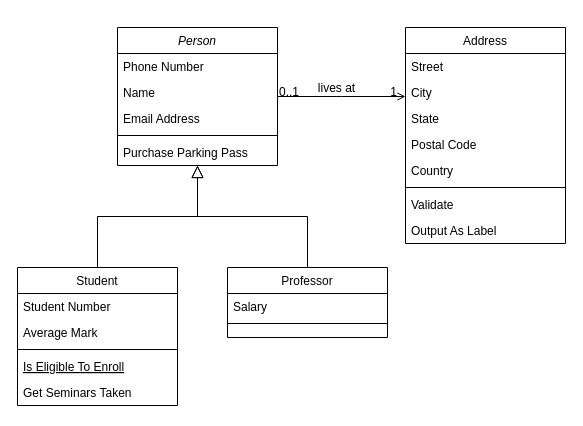
Above: drawio_files/Untitled Diagram24.drawio in lucasdreger/diagrams (draw.io), before the change. Source tidied: cells renumbered, new cells numbered last; positions are measured from the earlier drawing's top-left corner, leaving out a move shared by most shapes. Both pictures are drawn from the tidied source at 100%, with x=0, y=0 at pixel (17, 27).
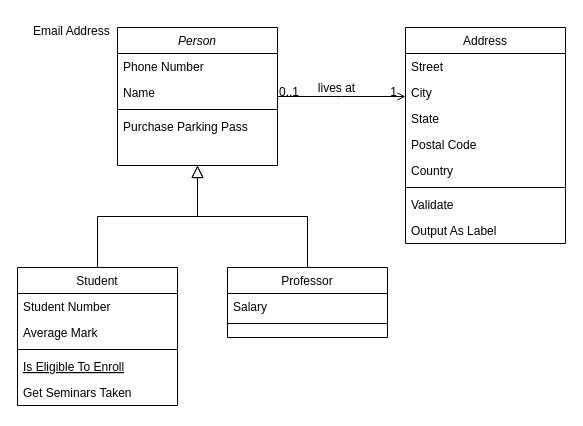
Above is the later version.

The change refers to these unchanged cells:
```xml
<mxCell id="2" value="Person" style="swimlane;fontStyle=2;align=center;verticalAlign=top;horizontal=1;startSize=26;rounded=0;shadow=0;strokeWidth=1;" parent="1" vertex="1">
  <mxGeometry x="100" width="160" height="138" as="geometry" />
</mxCell>
```

The edit, as a diff of the source:
```diff
@@
-    <mxCell id="5" value="Email Address" style="text;align=left;verticalAlign=top;spacingLeft=4;spacingRight=4;overflow=hidden;rounded=0;shadow=0;html=0;" parent="2" vertex="1">
-      <mxGeometry y="78" width="160" height="26" as="geometry" />
-    </mxCell>
     <mxCell id="6" style="line;html=1;strokeWidth=1;align=left;verticalAlign=middle;spacingTop=-1;spacingLeft=3;spacingRight=3;labelPosition=right;" parent="2" vertex="1">
-      <mxGeometry y="104" width="160" height="8" as="geometry" />
+      <mxGeometry y="78" width="160" height="8" as="geometry" />
     </mxCell>
     <mxCell id="7" value="Purchase Parking Pass" style="text;align=left;verticalAlign=top;spacingLeft=4;spacingRight=4;overflow=hidden;" parent="2" vertex="1">
-      <mxGeometry y="112" width="160" height="26" as="geometry" />
+      <mxGeometry y="86" width="160" height="26" as="geometry" />
     </mxCell>
@@
+    <mxCell id="5" value="Email Address" style="text;align=left;verticalAlign=top;spacingLeft=4;spacingRight=4;overflow=hidden;rounded=0;shadow=0;html=0;" parent="1" vertex="1">
+      <mxGeometry x="10" y="-10" width="160" height="26" as="geometry" />
+    </mxCell>
```
